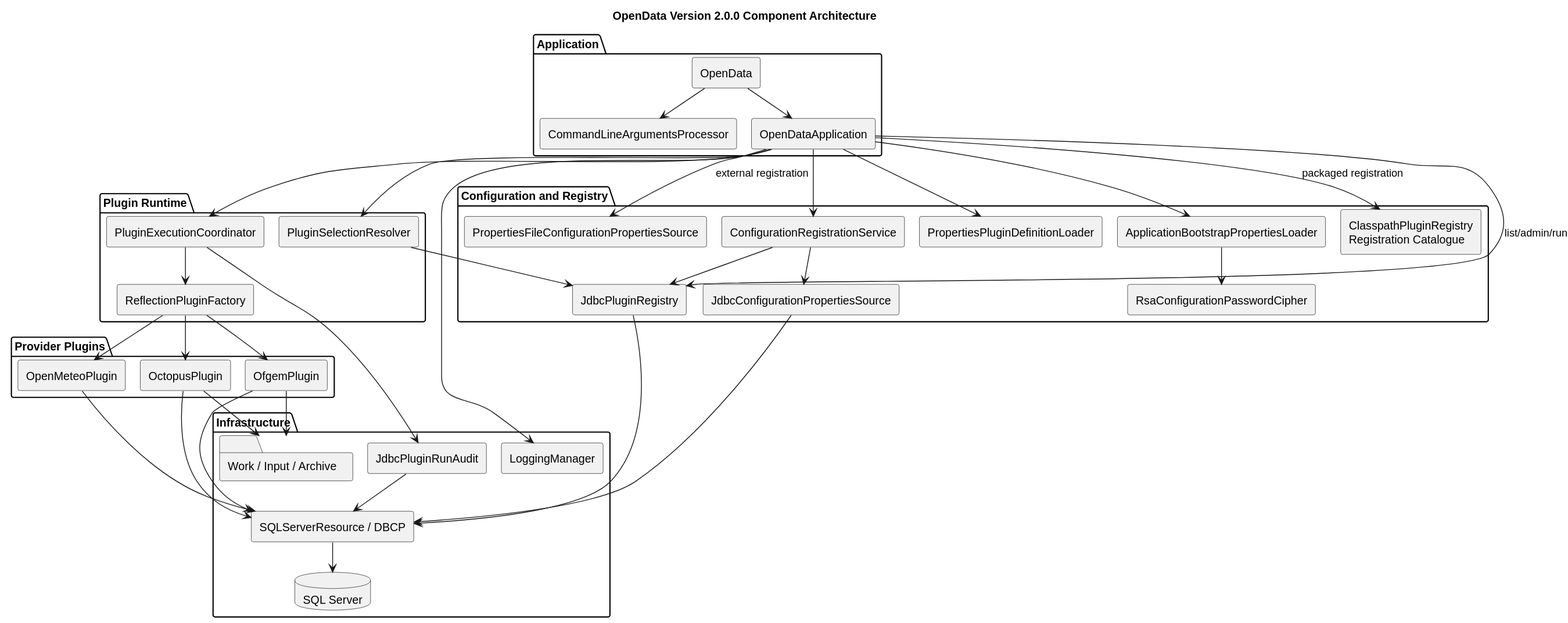
Earlier version of the PlantUML export docs/diagrams/generated/component-architecture.svg (TerryCurranZellis/OpenData). Its source is kept beside it as docs/diagrams/source/component-architecture.puml.
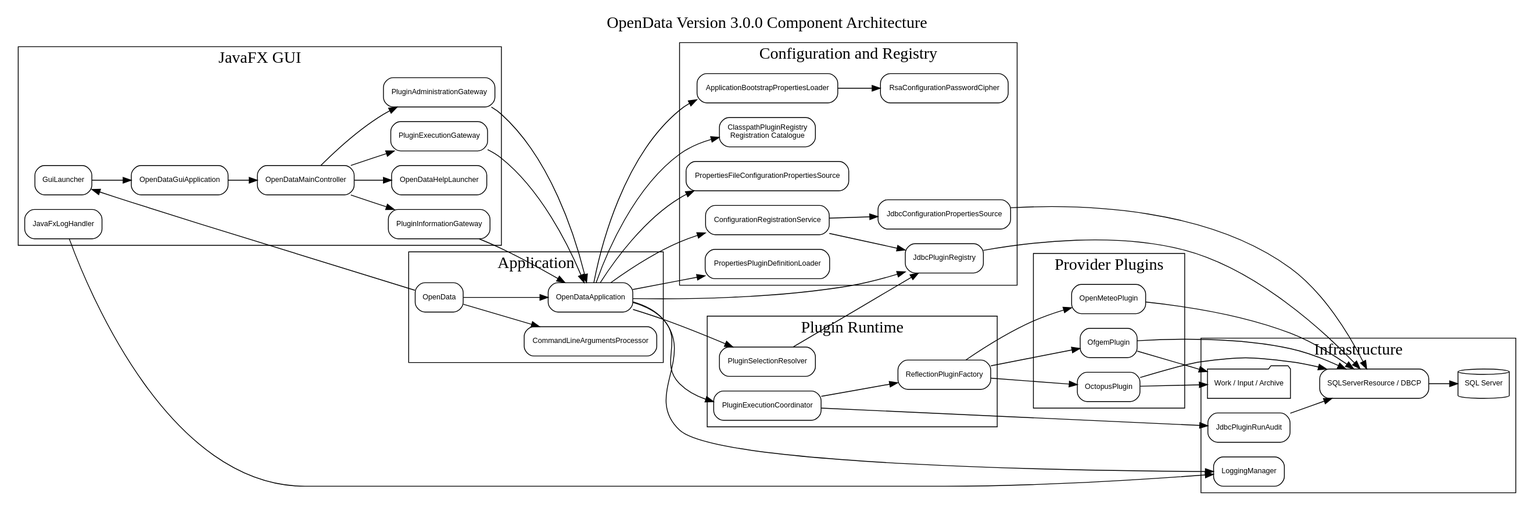
After the change.

Change to the diagram source:
```diff
@@ -1,16 +1,27 @@
 @startuml
 !pragma layout smetana
-title OpenData Version 2.0.0 Component Architecture
+title OpenData Version 3.0.0 Component Architecture
 skinparam componentStyle rectangle
 package "Application" {
   [OpenData] as Entry
   [CommandLineArgumentsProcessor] as CLI
   [OpenDataApplication] as App
 }
+package "JavaFX GUI" {
+  [GuiLauncher] as GuiLauncher
+  [OpenDataGuiApplication] as GuiApp
+  [OpenDataMainController] as MainController
+  [PluginExecutionGateway] as ExecGateway
+  [PluginAdministrationGateway] as AdminGateway
+  [PluginInformationGateway] as InfoGateway
+  [JavaFxLogHandler] as FxLog
+  [OpenDataHelpLauncher] as Help
+}
 package "Configuration and Registry" {
   [ApplicationBootstrapPropertiesLoader] as Bootstrap
   [RsaConfigurationPasswordCipher] as Cipher
-  [ClasspathPluginRegistry\nRegistration Catalogue] as Catalogue
+  [ClasspathPluginRegistry
+Registration Catalogue] as Catalogue
   [PropertiesFileConfigurationPropertiesSource] as External
   [ConfigurationRegistrationService] as Register
   [JdbcPluginRegistry] as Registry
@@ -36,6 +47,17 @@
 }
 Entry --> CLI
 Entry --> App
+Entry --> GuiLauncher
+GuiLauncher --> GuiApp
+GuiApp --> MainController
+MainController --> ExecGateway
+MainController --> AdminGateway
+MainController --> InfoGateway
+MainController --> Help
+ExecGateway --> App
+AdminGateway --> App
+InfoGateway --> App
+FxLog --> Logging
 App --> Bootstrap
 Bootstrap --> Cipher
 App --> Catalogue : packaged registration
```
